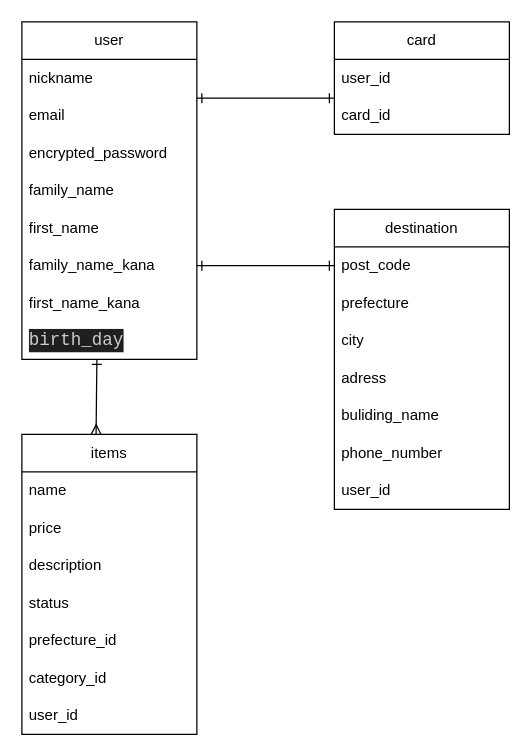
Earlier version of the draw.io diagram furima-41539.dio (Takao-Koyanagi/furima-41539). Source tidied: cells renumbered, new cells numbered last; positions are measured from the earlier drawing's top-left corner, leaving out a move shared by most shapes. Both pictures are drawn from the tidied source at 125%, with x=0, y=0 at pixel (21, 21).
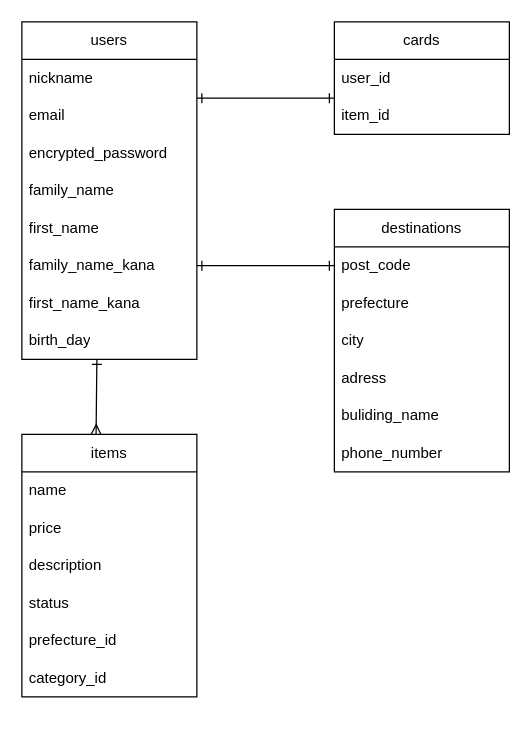
After the change.

Commit message (it also covers changes not shown here):
データーベース設計_修正5

What changed in the source:
```diff
@@
-    <mxCell id="2" value="user" style="swimlane;fontStyle=0;horizontal=1;startSize=30;whiteSpace=wrap;html=1;" parent="1" vertex="1">
+    <mxCell id="2" value="users" style="swimlane;fontStyle=0;horizontal=1;startSize=30;whiteSpace=wrap;html=1;" parent="1" vertex="1">
       <mxGeometry width="140" height="270" as="geometry" />
     </mxCell>
@@
-    <mxCell id="10" value="&lt;div style=&quot;color: rgb(204, 204, 204); background-color: rgb(31, 31, 31); font-family: Consolas, &amp;quot;Courier New&amp;quot;, monospace; font-size: 14px; line-height: 19px;&quot;&gt;birth_day&lt;/div&gt;" style="text;strokeColor=none;fillColor=none;align=left;verticalAlign=middle;spacingLeft=4;spacingRight=4;overflow=hidden;whiteSpace=wrap;html=1;" parent="2" vertex="1">
+    <mxCell id="10" value="birth_day" style="text;strokeColor=none;fillColor=none;align=left;verticalAlign=middle;spacingLeft=4;spacingRight=4;overflow=hidden;whiteSpace=wrap;html=1;" parent="2" vertex="1">
       <mxGeometry y="240" width="140" height="30" as="geometry" />
     </mxCell>
-    <mxCell id="11" value="card" style="swimlane;fontStyle=0;horizontal=1;startSize=30;whiteSpace=wrap;html=1;" parent="1" vertex="1">
+    <mxCell id="11" value="cards" style="swimlane;fontStyle=0;horizontal=1;startSize=30;whiteSpace=wrap;html=1;" parent="1" vertex="1">
       <mxGeometry x="250" width="140" height="90" as="geometry" />
     </mxCell>
@@
-    <mxCell id="13" value="card_id" style="text;strokeColor=none;fillColor=none;align=left;verticalAlign=middle;spacingLeft=4;spacingRight=4;overflow=hidden;whiteSpace=wrap;html=1;" parent="11" vertex="1">
+    <mxCell id="13" value="item_id" style="text;strokeColor=none;fillColor=none;align=left;verticalAlign=middle;spacingLeft=4;spacingRight=4;overflow=hidden;whiteSpace=wrap;html=1;" parent="11" vertex="1">
       <mxGeometry y="60" width="140" height="30" as="geometry" />
     </mxCell>
@@
-    <mxCell id="15" value="destination" style="swimlane;fontStyle=0;horizontal=1;startSize=30;whiteSpace=wrap;html=1;" parent="1" vertex="1">
-      <mxGeometry x="250" y="150" width="140" height="240" as="geometry" />
+    <mxCell id="15" value="destinations" style="swimlane;fontStyle=0;horizontal=1;startSize=30;whiteSpace=wrap;html=1;" parent="1" vertex="1">
+      <mxGeometry x="250" y="150" width="140" height="210" as="geometry" />
     </mxCell>
@@
-    <mxCell id="22" value="user_id" style="text;strokeColor=none;fillColor=none;align=left;verticalAlign=middle;spacingLeft=4;spacingRight=4;overflow=hidden;whiteSpace=wrap;html=1;" parent="15" vertex="1">
-      <mxGeometry y="210" width="140" height="30" as="geometry" />
-    </mxCell>
     <mxCell id="23" value="items" style="swimlane;fontStyle=0;horizontal=1;startSize=30;whiteSpace=wrap;html=1;" parent="1" vertex="1">
-      <mxGeometry y="330" width="140" height="240" as="geometry" />
+      <mxGeometry y="330" width="140" height="210" as="geometry" />
     </mxCell>
@@
-    <mxCell id="30" value="user_id" style="text;strokeColor=none;fillColor=none;align=left;verticalAlign=middle;spacingLeft=4;spacingRight=4;overflow=hidden;whiteSpace=wrap;html=1;" parent="23" vertex="1">
-      <mxGeometry y="210" width="140" height="30" as="geometry" />
-    </mxCell>
```
